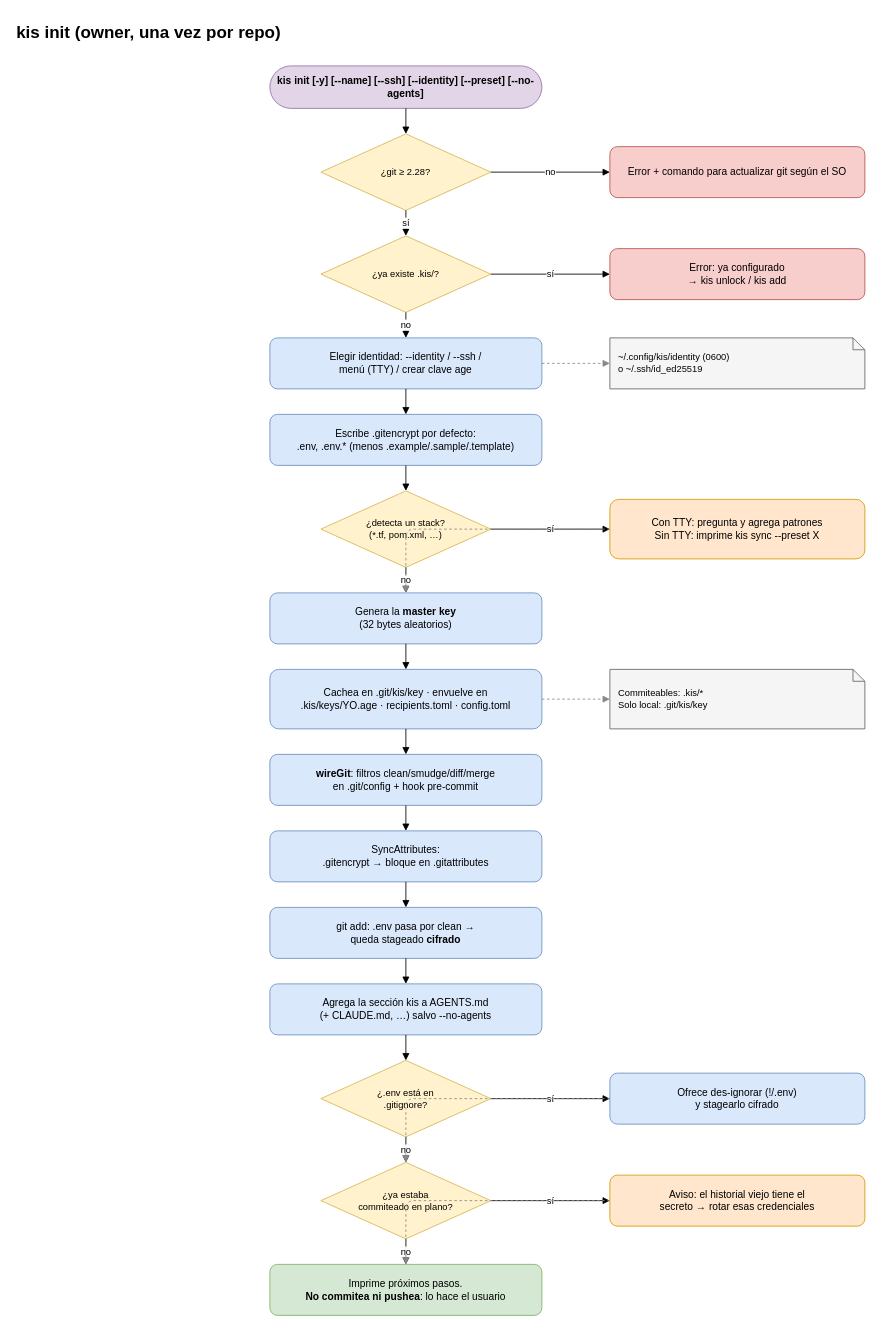
juanfraherrero/keep-in-secret keeps this draw.io diagram as page "2 · kis init" (2 of 10) of docs/diagrams/kis-flows.drawio. Above is the earlier version. Source tidied: cells renumbered, new cells numbered last; positions are measured from the earlier drawing's top-left corner, leaving out a move shared by most shapes. Both pictures are drawn from the tidied source at 85%, with x=0, y=0 at pixel (14, 14).
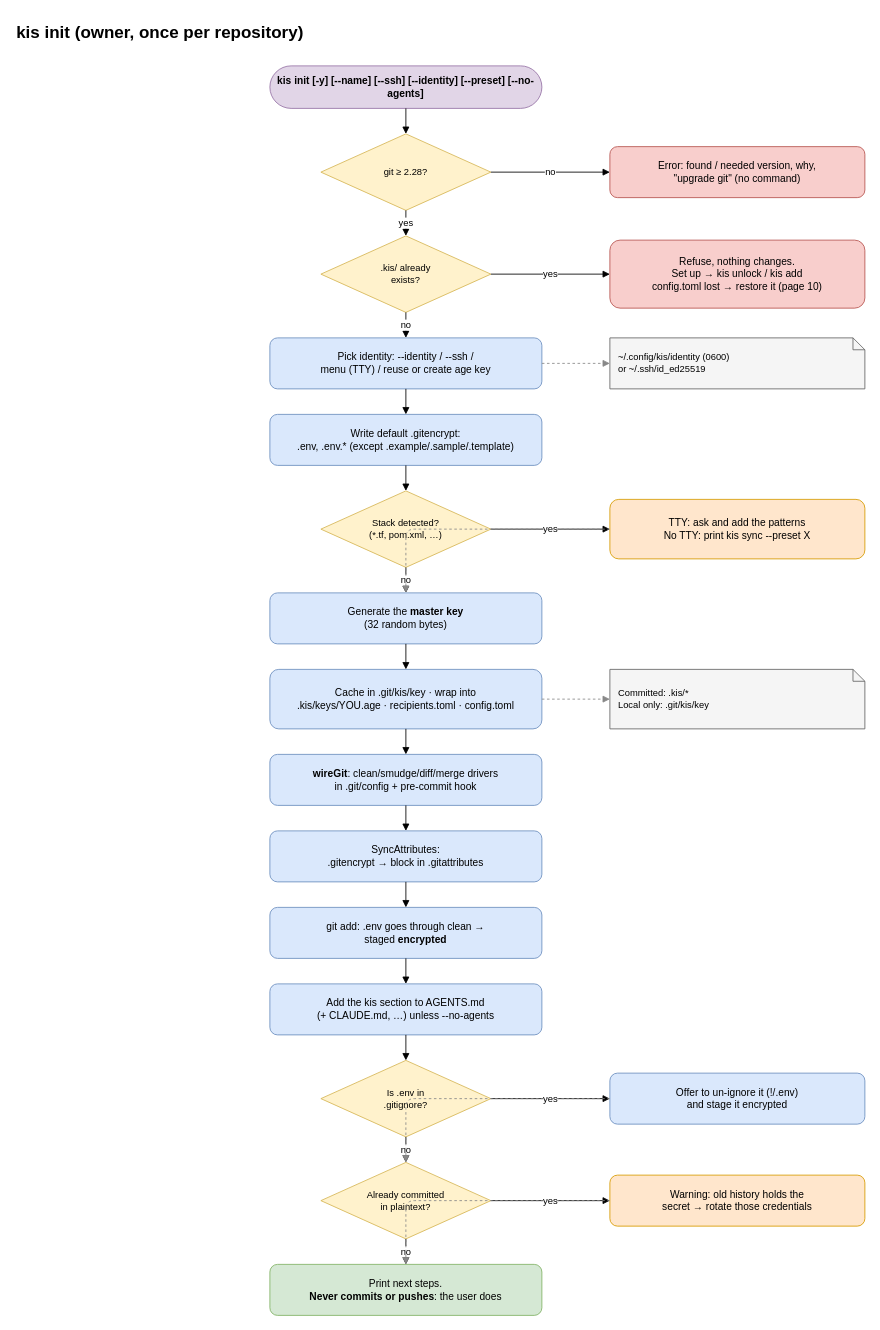
Above is the later version.

Commit message (it also covers changes not shown here):
docs: troubleshooting guide, --identity, guard decision, diagrams

The edit, as a diff of the source:
```diff
@@
-    <mxCell id="2" value="kis init (owner, una vez por repo)" style="text;html=1;fontSize=20;fontStyle=1;align=left;verticalAlign=middle;" parent="1" vertex="1">
+    <mxCell id="2" value="kis init (owner, once per repository)" style="text;html=1;fontSize=20;fontStyle=1;align=left;verticalAlign=middle;" parent="1" vertex="1">
       <mxGeometry width="900" height="40" as="geometry" />
     </mxCell>
@@
-    <mxCell id="4" value="¿git ≥ 2.28?" style="rhombus;whiteSpace=wrap;html=1;fillColor=#fff2cc;strokeColor=#d6b656;fontSize=11;" parent="1" vertex="1">
+    <mxCell id="4" value="git ≥ 2.28?" style="rhombus;whiteSpace=wrap;html=1;fillColor=#fff2cc;strokeColor=#d6b656;fontSize=11;" parent="1" vertex="1">
       <mxGeometry x="360" y="140" width="200" height="90" as="geometry" />
     </mxCell>
-    <mxCell id="5" value="Error + comando para actualizar git según el SO" style="rounded=1;whiteSpace=wrap;html=1;fillColor=#f8cecc;strokeColor=#b85450;fontSize=12;" parent="1" vertex="1">
+    <mxCell id="5" value="Error: found / needed version, why,&lt;br&gt;&quot;upgrade git&quot; (no command)" style="rounded=1;whiteSpace=wrap;html=1;fillColor=#f8cecc;strokeColor=#b85450;fontSize=12;" parent="1" vertex="1">
       <mxGeometry x="700" y="155" width="300" height="60" as="geometry" />
     </mxCell>
-    <mxCell id="6" value="¿ya existe .kis/?" style="rhombus;whiteSpace=wrap;html=1;fillColor=#fff2cc;strokeColor=#d6b656;fontSize=11;" parent="1" vertex="1">
+    <mxCell id="6" value=".kis/ already&lt;br&gt;exists?" style="rhombus;whiteSpace=wrap;html=1;fillColor=#fff2cc;strokeColor=#d6b656;fontSize=11;" parent="1" vertex="1">
       <mxGeometry x="360" y="260" width="200" height="90" as="geometry" />
     </mxCell>
-    <mxCell id="7" value="Error: ya configurado&lt;br&gt;→ kis unlock / kis add" style="rounded=1;whiteSpace=wrap;html=1;fillColor=#f8cecc;strokeColor=#b85450;fontSize=12;" parent="1" vertex="1">
-      <mxGeometry x="700" y="275" width="300" height="60" as="geometry" />
+    <mxCell id="7" value="Refuse, nothing changes.&lt;br&gt;Set up → kis unlock / kis add&lt;br&gt;config.toml lost → restore it (page 10)" style="rounded=1;whiteSpace=wrap;html=1;fillColor=#f8cecc;strokeColor=#b85450;fontSize=12;" parent="1" vertex="1">
+      <mxGeometry x="700" y="265" width="300" height="80" as="geometry" />
     </mxCell>
-    <mxCell id="8" value="Elegir identidad: --identity / --ssh /&lt;br&gt;menú (TTY) / crear clave age" style="rounded=1;whiteSpace=wrap;html=1;fillColor=#dae8fc;strokeColor=#6c8ebf;fontSize=12;" parent="1" vertex="1">
+    <mxCell id="8" value="Pick identity: --identity / --ssh /&lt;br&gt;menu (TTY) / reuse or create age key" style="rounded=1;whiteSpace=wrap;html=1;fillColor=#dae8fc;strokeColor=#6c8ebf;fontSize=12;" parent="1" vertex="1">
       <mxGeometry x="300" y="380" width="320" height="60" as="geometry" />
     </mxCell>
-    <mxCell id="9" value="~/.config/kis/identity (0600)&lt;br&gt;o ~/.ssh/id_ed25519" style="shape=note;size=14;whiteSpace=wrap;html=1;fillColor=#f5f5f5;strokeColor=#666666;fontSize=11;align=left;spacingLeft=8;" parent="1" vertex="1">
+    <mxCell id="9" value="~/.config/kis/identity (0600)&lt;br&gt;or ~/.ssh/id_ed25519" style="shape=note;size=14;whiteSpace=wrap;html=1;fillColor=#f5f5f5;strokeColor=#666666;fontSize=11;align=left;spacingLeft=8;" parent="1" vertex="1">
       <mxGeometry x="700" y="380" width="300" height="60" as="geometry" />
     </mxCell>
-    <mxCell id="10" value="Escribe .gitencrypt por defecto:&lt;br&gt;.env, .env.* (menos .example/.sample/.template)" style="rounded=1;whiteSpace=wrap;html=1;fillColor=#dae8fc;strokeColor=#6c8ebf;fontSize=12;" parent="1" vertex="1">
+    <mxCell id="10" value="Write default .gitencrypt:&lt;br&gt;.env, .env.* (except .example/.sample/.template)" style="rounded=1;whiteSpace=wrap;html=1;fillColor=#dae8fc;strokeColor=#6c8ebf;fontSize=12;" parent="1" vertex="1">
       <mxGeometry x="300" y="470" width="320" height="60" as="geometry" />
     </mxCell>
-    <mxCell id="11" value="¿detecta un stack?&lt;br&gt;(*.tf, pom.xml, …)" style="rhombus;whiteSpace=wrap;html=1;fillColor=#fff2cc;strokeColor=#d6b656;fontSize=11;" parent="1" vertex="1">
+    <mxCell id="11" value="Stack detected?&lt;br&gt;(*.tf, pom.xml, …)" style="rhombus;whiteSpace=wrap;html=1;fillColor=#fff2cc;strokeColor=#d6b656;fontSize=11;" parent="1" vertex="1">
       <mxGeometry x="360" y="560" width="200" height="90" as="geometry" />
     </mxCell>
-    <mxCell id="12" value="Con TTY: pregunta y agrega patrones&lt;br&gt;Sin TTY: imprime kis sync --preset X" style="rounded=1;whiteSpace=wrap;html=1;fillColor=#ffe6cc;strokeColor=#d79b00;fontSize=12;" parent="1" vertex="1">
+    <mxCell id="12" value="TTY: ask and add the patterns&lt;br&gt;No TTY: print kis sync --preset X" style="rounded=1;whiteSpace=wrap;html=1;fillColor=#ffe6cc;strokeColor=#d79b00;fontSize=12;" parent="1" vertex="1">
       <mxGeometry x="700" y="570" width="300" height="70" as="geometry" />
     </mxCell>
-    <mxCell id="13" value="Genera la &lt;b&gt;master key&lt;/b&gt;&lt;br&gt;(32 bytes aleatorios)" style="rounded=1;whiteSpace=wrap;html=1;fillColor=#dae8fc;strokeColor=#6c8ebf;fontSize=12;" parent="1" vertex="1">
+    <mxCell id="13" value="Generate the &lt;b&gt;master key&lt;/b&gt;&lt;br&gt;(32 random bytes)" style="rounded=1;whiteSpace=wrap;html=1;fillColor=#dae8fc;strokeColor=#6c8ebf;fontSize=12;" parent="1" vertex="1">
       <mxGeometry x="300" y="680" width="320" height="60" as="geometry" />
     </mxCell>
-    <mxCell id="14" value="Cachea en .git/kis/key · envuelve en&lt;br&gt;.kis/keys/YO.age · recipients.toml · config.toml" style="rounded=1;whiteSpace=wrap;html=1;fillColor=#dae8fc;strokeColor=#6c8ebf;fontSize=12;" parent="1" vertex="1">
+    <mxCell id="14" value="Cache in .git/kis/key · wrap into&lt;br&gt;.kis/keys/YOU.age · recipients.toml · config.toml" style="rounded=1;whiteSpace=wrap;html=1;fillColor=#dae8fc;strokeColor=#6c8ebf;fontSize=12;" parent="1" vertex="1">
       <mxGeometry x="300" y="770" width="320" height="70" as="geometry" />
     </mxCell>
-    <mxCell id="15" value="Commiteables: .kis/*&lt;br&gt;Solo local: .git/kis/key" style="shape=note;size=14;whiteSpace=wrap;html=1;fillColor=#f5f5f5;strokeColor=#666666;fontSize=11;align=left;spacingLeft=8;" parent="1" vertex="1">
+    <mxCell id="15" value="Committed: .kis/*&lt;br&gt;Local only: .git/kis/key" style="shape=note;size=14;whiteSpace=wrap;html=1;fillColor=#f5f5f5;strokeColor=#666666;fontSize=11;align=left;spacingLeft=8;" parent="1" vertex="1">
       <mxGeometry x="700" y="770" width="300" height="70" as="geometry" />
     </mxCell>
-    <mxCell id="16" value="&lt;b&gt;wireGit&lt;/b&gt;: filtros clean/smudge/diff/merge&lt;br&gt;en .git/config + hook pre-commit" style="rounded=1;whiteSpace=wrap;html=1;fillColor=#dae8fc;strokeColor=#6c8ebf;fontSize=12;" parent="1" vertex="1">
+    <mxCell id="16" value="&lt;b&gt;wireGit&lt;/b&gt;: clean/smudge/diff/merge drivers&lt;br&gt;in .git/config + pre-commit hook" style="rounded=1;whiteSpace=wrap;html=1;fillColor=#dae8fc;strokeColor=#6c8ebf;fontSize=12;" parent="1" vertex="1">
       <mxGeometry x="300" y="870" width="320" height="60" as="geometry" />
     </mxCell>
-    <mxCell id="17" value="SyncAttributes:&lt;br&gt;.gitencrypt → bloque en .gitattributes" style="rounded=1;whiteSpace=wrap;html=1;fillColor=#dae8fc;strokeColor=#6c8ebf;fontSize=12;" parent="1" vertex="1">
+    <mxCell id="17" value="SyncAttributes:&lt;br&gt;.gitencrypt → block in .gitattributes" style="rounded=1;whiteSpace=wrap;html=1;fillColor=#dae8fc;strokeColor=#6c8ebf;fontSize=12;" parent="1" vertex="1">
       <mxGeometry x="300" y="960" width="320" height="60" as="geometry" />
     </mxCell>
-    <mxCell id="18" value="git add: .env pasa por clean →&lt;br&gt;queda stageado &lt;b&gt;cifrado&lt;/b&gt;" style="rounded=1;whiteSpace=wrap;html=1;fillColor=#dae8fc;strokeColor=#6c8ebf;fontSize=12;" parent="1" vertex="1">
+    <mxCell id="18" value="git add: .env goes through clean →&lt;br&gt;staged &lt;b&gt;encrypted&lt;/b&gt;" style="rounded=1;whiteSpace=wrap;html=1;fillColor=#dae8fc;strokeColor=#6c8ebf;fontSize=12;" parent="1" vertex="1">
       <mxGeometry x="300" y="1050" width="320" height="60" as="geometry" />
     </mxCell>
-    <mxCell id="19" value="Agrega la sección kis a AGENTS.md&lt;br&gt;(+ CLAUDE.md, …) salvo --no-agents" style="rounded=1;whiteSpace=wrap;html=1;fillColor=#dae8fc;strokeColor=#6c8ebf;fontSize=12;" parent="1" vertex="1">
+    <mxCell id="19" value="Add the kis section to AGENTS.md&lt;br&gt;(+ CLAUDE.md, …) unless --no-agents" style="rounded=1;whiteSpace=wrap;html=1;fillColor=#dae8fc;strokeColor=#6c8ebf;fontSize=12;" parent="1" vertex="1">
       <mxGeometry x="300" y="1140" width="320" height="60" as="geometry" />
     </mxCell>
-    <mxCell id="20" value="¿.env está en&lt;br&gt;.gitignore?" style="rhombus;whiteSpace=wrap;html=1;fillColor=#fff2cc;strokeColor=#d6b656;fontSize=11;" parent="1" vertex="1">
+    <mxCell id="20" value="Is .env in&lt;br&gt;.gitignore?" style="rhombus;whiteSpace=wrap;html=1;fillColor=#fff2cc;strokeColor=#d6b656;fontSize=11;" parent="1" vertex="1">
       <mxGeometry x="360" y="1230" width="200" height="90" as="geometry" />
     </mxCell>
-    <mxCell id="21" value="Ofrece des-ignorar (!/.env)&lt;br&gt;y stagearlo cifrado" style="rounded=1;whiteSpace=wrap;html=1;fillColor=#dae8fc;strokeColor=#6c8ebf;fontSize=12;" parent="1" vertex="1">
+    <mxCell id="21" value="Offer to un-ignore it (!/.env)&lt;br&gt;and stage it encrypted" style="rounded=1;whiteSpace=wrap;html=1;fillColor=#dae8fc;strokeColor=#6c8ebf;fontSize=12;" parent="1" vertex="1">
       <mxGeometry x="700" y="1245" width="300" height="60" as="geometry" />
     </mxCell>
-    <mxCell id="22" value="¿ya estaba&lt;br&gt;commiteado en plano?" style="rhombus;whiteSpace=wrap;html=1;fillColor=#fff2cc;strokeColor=#d6b656;fontSize=11;" parent="1" vertex="1">
+    <mxCell id="22" value="Already committed&lt;br&gt;in plaintext?" style="rhombus;whiteSpace=wrap;html=1;fillColor=#fff2cc;strokeColor=#d6b656;fontSize=11;" parent="1" vertex="1">
       <mxGeometry x="360" y="1350" width="200" height="90" as="geometry" />
     </mxCell>
-    <mxCell id="23" value="Aviso: el historial viejo tiene el&lt;br&gt;secreto → rotar esas credenciales" style="rounded=1;whiteSpace=wrap;html=1;fillColor=#ffe6cc;strokeColor=#d79b00;fontSize=12;" parent="1" vertex="1">
+    <mxCell id="23" value="Warning: old history holds the&lt;br&gt;secret → rotate those credentials" style="rounded=1;whiteSpace=wrap;html=1;fillColor=#ffe6cc;strokeColor=#d79b00;fontSize=12;" parent="1" vertex="1">
       <mxGeometry x="700" y="1365" width="300" height="60" as="geometry" />
     </mxCell>
-    <mxCell id="24" value="Imprime próximos pasos.&lt;br&gt;&lt;b&gt;No commitea ni pushea&lt;/b&gt;: lo hace el usuario" style="rounded=1;whiteSpace=wrap;html=1;fillColor=#d5e8d4;strokeColor=#82b366;fontSize=12;" parent="1" vertex="1">
+    <mxCell id="24" value="Print next steps.&lt;br&gt;&lt;b&gt;Never commits or pushes&lt;/b&gt;: the user does" style="rounded=1;whiteSpace=wrap;html=1;fillColor=#d5e8d4;strokeColor=#82b366;fontSize=12;" parent="1" vertex="1">
       <mxGeometry x="300" y="1470" width="320" height="60" as="geometry" />
     </mxCell>
@@
-    <mxCell id="27" value="sí" style="edgeStyle=orthogonalEdgeStyle;rounded=1;html=1;endArrow=block;endFill=1;fontSize=11;" parent="1" edge="1" source="4" target="6">
+    <mxCell id="27" value="yes" style="edgeStyle=orthogonalEdgeStyle;rounded=1;html=1;endArrow=block;endFill=1;fontSize=11;" parent="1" edge="1" source="4" target="6">
       <mxGeometry relative="1" as="geometry" />
     </mxCell>
-    <mxCell id="28" value="sí" style="edgeStyle=orthogonalEdgeStyle;rounded=1;html=1;endArrow=block;endFill=1;fontSize=11;" parent="1" edge="1" source="6" target="7">
+    <mxCell id="28" value="yes" style="edgeStyle=orthogonalEdgeStyle;rounded=1;html=1;endArrow=block;endFill=1;fontSize=11;" parent="1" edge="1" source="6" target="7">
       <mxGeometry relative="1" as="geometry" />
     </mxCell>
@@
-    <mxCell id="33" value="sí" style="edgeStyle=orthogonalEdgeStyle;rounded=1;html=1;endArrow=block;endFill=1;fontSize=11;" parent="1" edge="1" source="11" target="12">
+    <mxCell id="33" value="yes" style="edgeStyle=orthogonalEdgeStyle;rounded=1;html=1;endArrow=block;endFill=1;fontSize=11;" parent="1" edge="1" source="11" target="12">
       <mxGeometry relative="1" as="geometry" />
     </mxCell>
@@
-    <mxCell id="43" value="sí" style="edgeStyle=orthogonalEdgeStyle;rounded=1;html=1;endArrow=block;endFill=1;fontSize=11;" parent="1" edge="1" source="20" target="21">
+    <mxCell id="43" value="yes" style="edgeStyle=orthogonalEdgeStyle;rounded=1;html=1;endArrow=block;endFill=1;fontSize=11;" parent="1" edge="1" source="20" target="21">
       <mxGeometry relative="1" as="geometry" />
     </mxCell>
@@
-    <mxCell id="46" value="sí" style="edgeStyle=orthogonalEdgeStyle;rounded=1;html=1;endArrow=block;endFill=1;fontSize=11;" parent="1" edge="1" source="22" target="23">
+    <mxCell id="46" value="yes" style="edgeStyle=orthogonalEdgeStyle;rounded=1;html=1;endArrow=block;endFill=1;fontSize=11;" parent="1" edge="1" source="22" target="23">
       <mxGeometry relative="1" as="geometry" />
     </mxCell>
```
